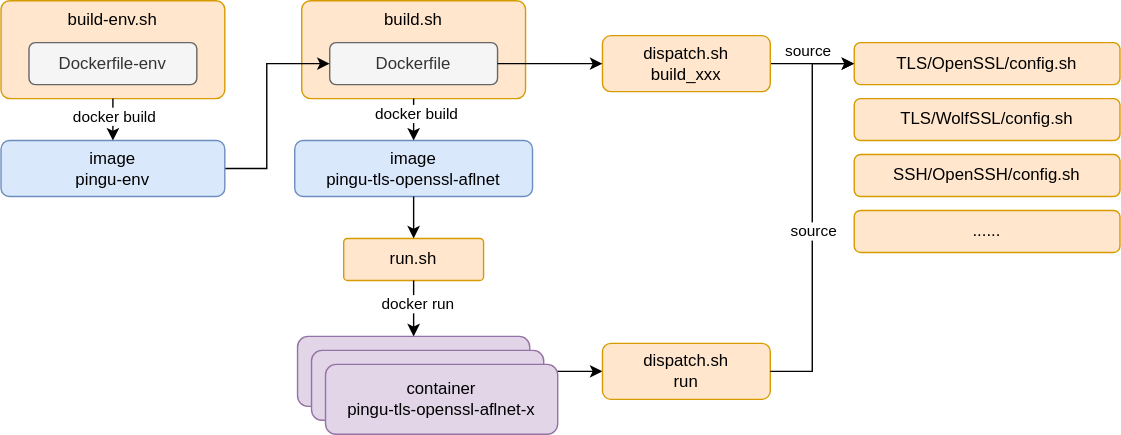
This is docs/pingubench.drawio.svg from fuzzing-peach/profuzzbench_aflnet, a draw.io export, as it was before one commit. Source tidied: cells renumbered, new cells last; positions are measured from the earlier drawing's top-left corner, leaving out a move shared by most shapes.
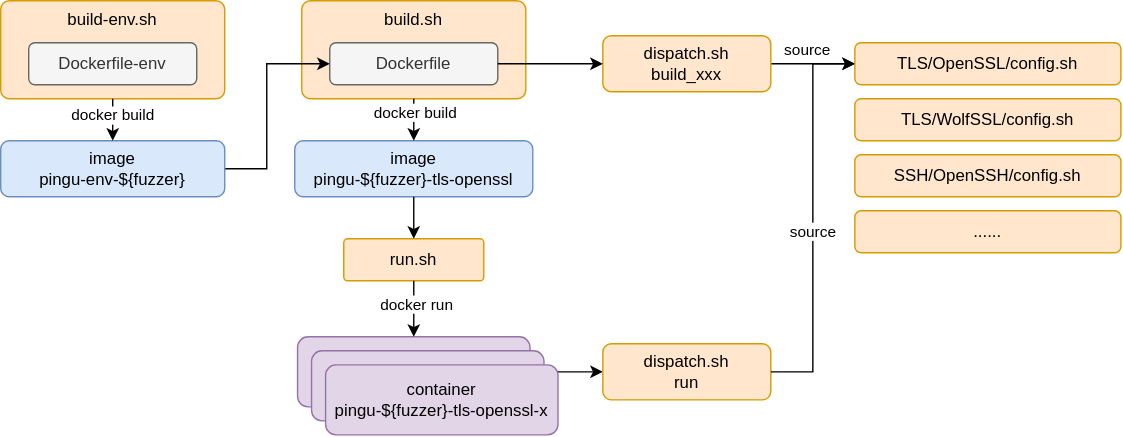
Later version of the same file.

The edit, as a diff of the source:
```diff
@@ -39,10 +39,10 @@
         </Array>
       </mxGeometry>
     </mxCell>
-    <mxCell id="12" value="image&lt;div&gt;pingu-env&lt;/div&gt;" style="rounded=1;whiteSpace=wrap;html=1;fillColor=#dae8fc;strokeColor=#6c8ebf;" parent="1" vertex="1">
+    <mxCell id="12" value="image&lt;div&gt;pingu-env-${fuzzer}&lt;/div&gt;" style="rounded=1;whiteSpace=wrap;html=1;fillColor=#dae8fc;strokeColor=#6c8ebf;" parent="1" vertex="1">
       <mxGeometry y="100" width="160" height="40" as="geometry" />
     </mxCell>
-    <mxCell id="13" value="image&lt;div&gt;pingu-tls-openssl-aflnet&lt;/div&gt;" style="rounded=1;whiteSpace=wrap;html=1;fillColor=#dae8fc;strokeColor=#6c8ebf;" parent="1" vertex="1">
+    <mxCell id="13" value="image&lt;div&gt;pingu-${fuzzer}-tls-openssl&lt;/div&gt;" style="rounded=1;whiteSpace=wrap;html=1;fillColor=#dae8fc;strokeColor=#6c8ebf;" parent="1" vertex="1">
       <mxGeometry x="210" y="100" width="170" height="40" as="geometry" />
     </mxCell>
     <mxCell id="14" style="endArrow=classic;html=1;rounded=0;exitX=0.5;exitY=1;exitDx=0;exitDy=0;entryX=0.5;entryY=0;entryDx=0;entryDy=0;" parent="1" edge="1" source="5" target="12">
@@ -90,7 +90,7 @@
     <mxCell id="28" value="container&lt;div&gt;pingu-tls-openssl-aflnet-1&lt;/div&gt;" style="rounded=1;whiteSpace=wrap;html=1;fillColor=#e1d5e7;strokeColor=#9673a6;" parent="1" vertex="1">
       <mxGeometry x="222" y="250" width="166" height="50" as="geometry" />
     </mxCell>
-    <mxCell id="29" value="container&lt;div&gt;pingu-tls-openssl-aflnet-x&lt;/div&gt;" style="rounded=1;whiteSpace=wrap;html=1;fillColor=#e1d5e7;strokeColor=#9673a6;" parent="1" vertex="1">
+    <mxCell id="29" value="container&lt;div&gt;pingu-${fuzzer}-tls-openssl-x&lt;/div&gt;" style="rounded=1;whiteSpace=wrap;html=1;fillColor=#e1d5e7;strokeColor=#9673a6;" parent="1" vertex="1">
       <mxGeometry x="232" y="260" width="166" height="50" as="geometry" />
     </mxCell>
     <mxCell id="30" style="rounded=0;jettySize=auto;html=1;entryX=0;entryY=0.5;entryDx=0;entryDy=0;exitX=1;exitY=0.5;exitDx=0;exitDy=0;edgeStyle=orthogonalEdgeStyle;" parent="1" edge="1" source="27" target="6">
```
